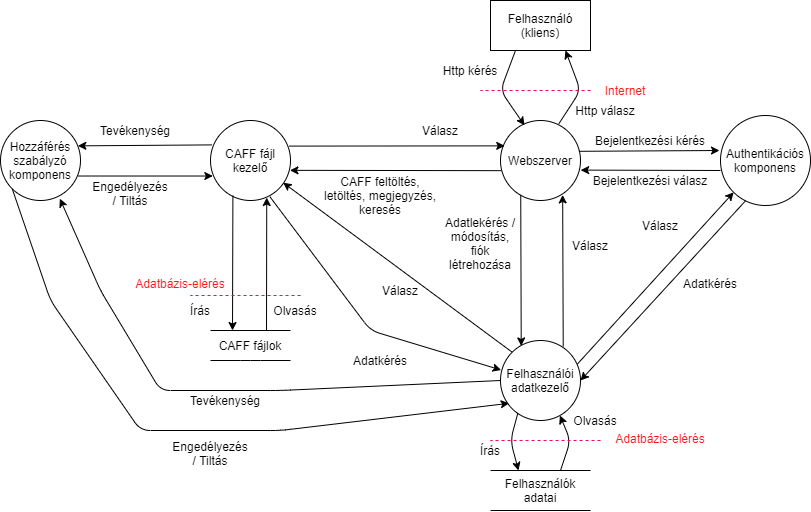
The draw.io diagram design/drawio/userDataFlow.png in Frydraca/SzBiztonsagHF-C-Sec, before a commit. Source tidied: cells renumbered, new cells last; positions are measured from the earlier drawing's top-left corner, leaving out a move shared by most shapes.
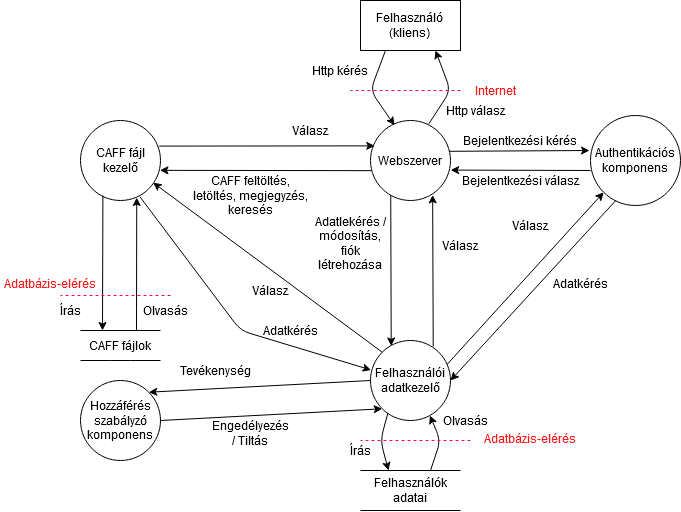
After the change.

Diff of the diagram source:
```diff
@@ -125,20 +125,8 @@
       <mxGeometry relative="1" as="geometry" />
     </mxCell>
     <mxCell id="34" value="Hozzáférés szabályzó komponens" style="ellipse;whiteSpace=wrap;html=1;" parent="1" vertex="1">
-      <mxGeometry y="120" width="80" height="80" as="geometry" />
+      <mxGeometry x="210" y="380" width="80" height="80" as="geometry" />
     </mxCell>
-    <mxCell id="35" style="endArrow=classic;html=1;exitX=0.018;exitY=0.305;exitDx=0;exitDy=0;exitPerimeter=0;entryX=0.967;entryY=0.317;entryDx=0;entryDy=0;entryPerimeter=0;" parent="1" edge="1" source="29" target="34">
-      <mxGeometry relative="1" as="geometry" />
-    </mxCell>
-    <mxCell id="36" style="endArrow=classic;html=1;entryX=0.029;entryY=0.694;entryDx=0;entryDy=0;entryPerimeter=0;exitX=0.975;exitY=0.694;exitDx=0;exitDy=0;exitPerimeter=0;" parent="1" edge="1" source="34" target="29">
-      <mxGeometry relative="1" as="geometry" />
-    </mxCell>
-    <mxCell id="37" value="Tevékenység" style="text;html=1;strokeColor=none;fillColor=none;align=center;verticalAlign=middle;whiteSpace=wrap;rounded=0;" parent="1" vertex="1">
-      <mxGeometry x="100" y="120" width="70" height="20" as="geometry" />
-    </mxCell>
-    <mxCell id="38" value="Engedélyezés / Tiltás" style="text;html=1;strokeColor=none;fillColor=none;align=center;verticalAlign=middle;whiteSpace=wrap;rounded=0;" parent="1" vertex="1">
-      <mxGeometry x="90" y="180" width="80" height="25" as="geometry" />
-    </mxCell>
     <mxCell id="39" value="CAFF fájlok" style="text;html=1;strokeColor=none;fillColor=none;align=center;verticalAlign=middle;whiteSpace=wrap;rounded=0;" parent="1" vertex="1">
       <mxGeometry x="210" y="330" width="80" height="30" as="geometry" />
     </mxCell>
@@ -172,29 +160,11 @@
     <mxCell id="45" value="Olvasás" style="text;html=1;strokeColor=none;fillColor=none;align=center;verticalAlign=middle;whiteSpace=wrap;rounded=0;" parent="1" vertex="1">
       <mxGeometry x="270" y="300" width="50" height="20" as="geometry" />
     </mxCell>
-    <mxCell id="46" style="endArrow=classic;html=1;exitX=0;exitY=1;exitDx=0;exitDy=0;entryX=0.108;entryY=0.785;entryDx=0;entryDy=0;entryPerimeter=0;" parent="1" edge="1" source="34" target="13">
-      <mxGeometry relative="1" as="geometry">
-        <Array as="points">
-          <mxPoint x="50" y="300" />
-          <mxPoint x="140" y="430" />
-          <mxPoint x="280" y="430" />
-        </Array>
-      </mxGeometry>
-    </mxCell>
-    <mxCell id="47" style="endArrow=classic;html=1;entryX=0.742;entryY=0.977;entryDx=0;entryDy=0;entryPerimeter=0;exitX=0;exitY=0.5;exitDx=0;exitDy=0;" parent="1" edge="1" source="13" target="34">
-      <mxGeometry relative="1" as="geometry">
-        <Array as="points">
-          <mxPoint x="280" y="390" />
-          <mxPoint x="160" y="390" />
-          <mxPoint x="100" y="290" />
-        </Array>
-      </mxGeometry>
-    </mxCell>
     <mxCell id="48" value="Tevékenység" style="text;html=1;strokeColor=none;fillColor=none;align=center;verticalAlign=middle;whiteSpace=wrap;rounded=0;" parent="1" vertex="1">
-      <mxGeometry x="190" y="390" width="70" height="20" as="geometry" />
+      <mxGeometry x="310" y="360" width="70" height="20" as="geometry" />
     </mxCell>
     <mxCell id="49" value="Engedélyezés / Tiltás" style="text;html=1;strokeColor=none;fillColor=none;align=center;verticalAlign=middle;whiteSpace=wrap;rounded=0;" parent="1" vertex="1">
-      <mxGeometry x="170" y="440" width="80" height="25" as="geometry" />
+      <mxGeometry x="340" y="420" width="80" height="25" as="geometry" />
     </mxCell>
     <mxCell id="50" style="endArrow=none;dashed=1;html=1;fillColor=#d80073;strokeColor=#FF0063;" parent="1" edge="1">
       <mxGeometry relative="1" as="geometry">
@@ -234,10 +204,16 @@
       </mxGeometry>
     </mxCell>
     <mxCell id="58" value="Adatkérés" style="text;html=1;strokeColor=none;fillColor=none;align=center;verticalAlign=middle;whiteSpace=wrap;rounded=0;" parent="1" vertex="1">
-      <mxGeometry x="350" y="350" width="60" height="20" as="geometry" />
+      <mxGeometry x="390" y="320" width="60" height="20" as="geometry" />
     </mxCell>
     <mxCell id="59" value="Válasz" style="text;html=1;strokeColor=none;fillColor=none;align=center;verticalAlign=middle;whiteSpace=wrap;rounded=0;" parent="1" vertex="1">
       <mxGeometry x="380" y="280" width="40" height="20" as="geometry" />
     </mxCell>
+    <mxCell id="47" style="endArrow=classic;html=1;exitX=0;exitY=0.5;exitDx=0;exitDy=0;entryX=1;entryY=0;entryDx=0;entryDy=0;" parent="1" edge="1" source="13" target="34">
+      <mxGeometry relative="1" as="geometry" />
+    </mxCell>
+    <mxCell id="46" style="endArrow=classic;html=1;exitX=1;exitY=0.5;exitDx=0;exitDy=0;entryX=0;entryY=1;entryDx=0;entryDy=0;" parent="1" edge="1" source="34" target="13">
+      <mxGeometry relative="1" as="geometry" />
+    </mxCell>
   </root>
 </mxGraphModel>
```
